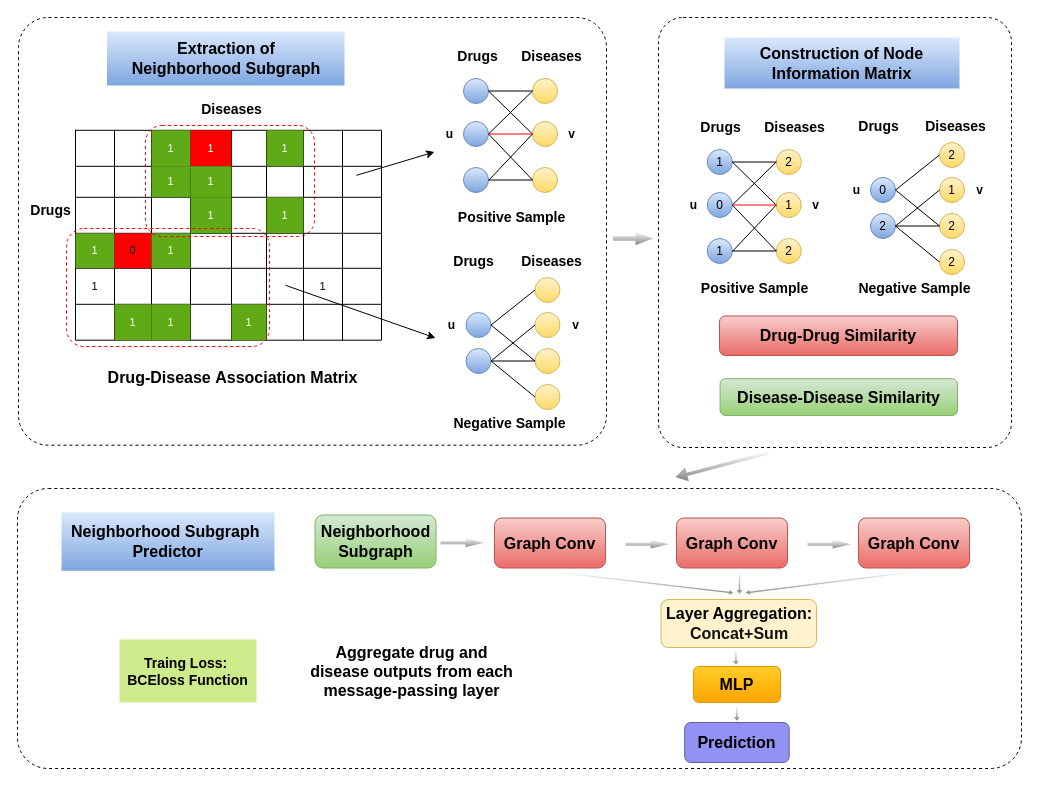
The draw.io diagram page "第 3 页" (3 of 5) of 未命名绘图.drawio in nanfengk/hello-world, before the edit. Source tidied: cells renumbered, new cells numbered last; positions are measured from the earlier drawing's top-left corner, leaving out a move shared by most shapes. Both pictures are drawn from the tidied source at 100%, with x=0, y=0 at pixel (17, 17).
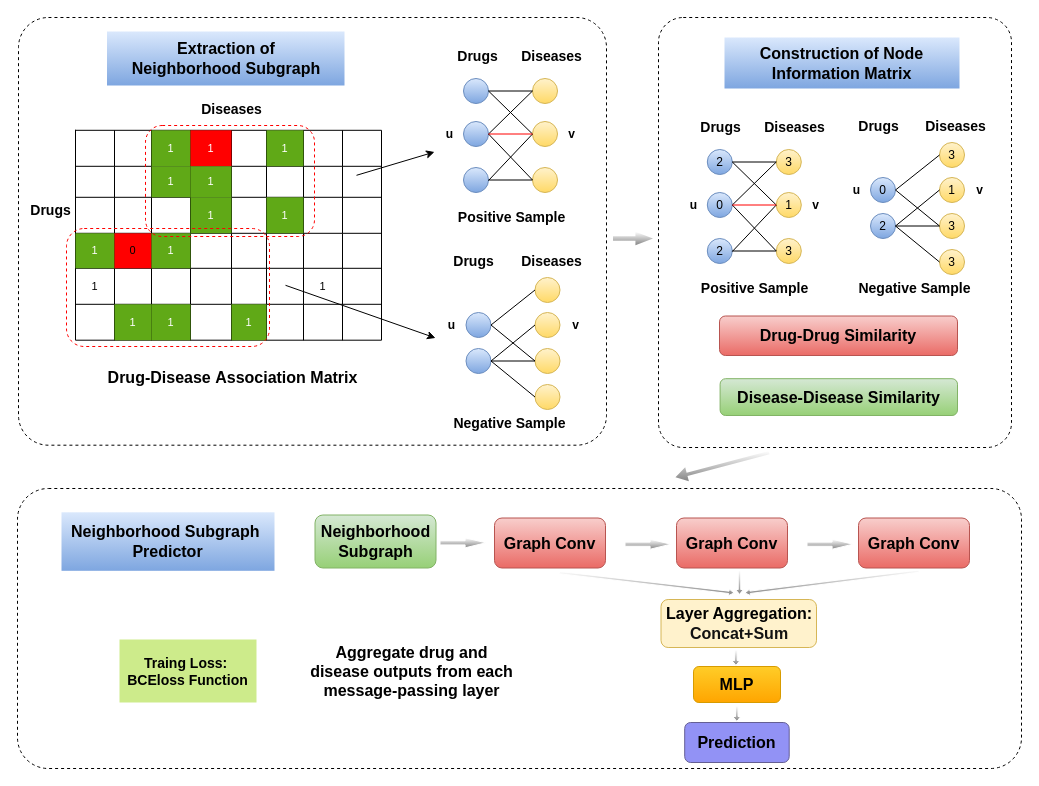
The same diagram, later.

What changed in the source:
```diff
@@
-    <mxCell id="101" value="1" style="ellipse;whiteSpace=wrap;html=1;rounded=0;sketch=0;strokeWidth=1;fillColor=#dae8fc;strokeColor=#6c8ebf;gradientColor=#7ea6e0;" parent="1" vertex="1">
+    <mxCell id="101" value="2" style="ellipse;whiteSpace=wrap;html=1;rounded=0;sketch=0;strokeWidth=1;fillColor=#dae8fc;strokeColor=#6c8ebf;gradientColor=#7ea6e0;" parent="1" vertex="1">
       <mxGeometry x="689.8" y="132" width="25" height="25" as="geometry" />
     </mxCell>
-    <mxCell id="102" value="2" style="ellipse;whiteSpace=wrap;html=1;rounded=0;sketch=0;strokeWidth=1;fillColor=#fff2cc;strokeColor=#d6b656;gradientColor=#ffd966;" parent="1" vertex="1">
+    <mxCell id="102" value="3" style="ellipse;whiteSpace=wrap;html=1;rounded=0;sketch=0;strokeWidth=1;fillColor=#fff2cc;strokeColor=#d6b656;gradientColor=#ffd966;" parent="1" vertex="1">
       <mxGeometry x="758.8" y="132" width="25" height="25" as="geometry" />
     </mxCell>
@@
-    <mxCell id="104" value="1" style="ellipse;whiteSpace=wrap;html=1;rounded=0;sketch=0;strokeWidth=1;fillColor=#dae8fc;strokeColor=#6c8ebf;gradientColor=#7ea6e0;" parent="1" vertex="1">
+    <mxCell id="104" value="2" style="ellipse;whiteSpace=wrap;html=1;rounded=0;sketch=0;strokeWidth=1;fillColor=#dae8fc;strokeColor=#6c8ebf;gradientColor=#7ea6e0;" parent="1" vertex="1">
       <mxGeometry x="689.8" y="221" width="25" height="25" as="geometry" />
     </mxCell>
-    <mxCell id="105" value="2" style="ellipse;whiteSpace=wrap;html=1;rounded=0;sketch=0;strokeWidth=1;fillColor=#fff2cc;strokeColor=#d6b656;gradientColor=#ffd966;" parent="1" vertex="1">
+    <mxCell id="105" value="3" style="ellipse;whiteSpace=wrap;html=1;rounded=0;sketch=0;strokeWidth=1;fillColor=#fff2cc;strokeColor=#d6b656;gradientColor=#ffd966;" parent="1" vertex="1">
       <mxGeometry x="758.8" y="221" width="25" height="25" as="geometry" />
     </mxCell>
@@
-    <mxCell id="120" value="2" style="ellipse;whiteSpace=wrap;html=1;rounded=0;sketch=0;strokeWidth=1;fillColor=#fff2cc;strokeColor=#d6b656;gradientColor=#ffd966;" parent="1" vertex="1">
+    <mxCell id="120" value="3" style="ellipse;whiteSpace=wrap;html=1;rounded=0;sketch=0;strokeWidth=1;fillColor=#fff2cc;strokeColor=#d6b656;gradientColor=#ffd966;" parent="1" vertex="1">
       <mxGeometry x="922" y="125" width="25" height="25" as="geometry" />
     </mxCell>
@@
-    <mxCell id="122" value="2" style="ellipse;whiteSpace=wrap;html=1;rounded=0;sketch=0;strokeWidth=1;fillColor=#fff2cc;strokeColor=#d6b656;gradientColor=#ffd966;" parent="1" vertex="1">
+    <mxCell id="122" value="3" style="ellipse;whiteSpace=wrap;html=1;rounded=0;sketch=0;strokeWidth=1;fillColor=#fff2cc;strokeColor=#d6b656;gradientColor=#ffd966;" parent="1" vertex="1">
       <mxGeometry x="922" y="196" width="25" height="25" as="geometry" />
     </mxCell>
@@
-    <mxCell id="128" value="2" style="ellipse;whiteSpace=wrap;html=1;rounded=0;sketch=0;strokeWidth=1;fillColor=#fff2cc;strokeColor=#d6b656;gradientColor=#ffd966;" parent="1" vertex="1">
+    <mxCell id="128" value="3" style="ellipse;whiteSpace=wrap;html=1;rounded=0;sketch=0;strokeWidth=1;fillColor=#fff2cc;strokeColor=#d6b656;gradientColor=#ffd966;" parent="1" vertex="1">
       <mxGeometry x="922" y="232" width="25" height="25" as="geometry" />
     </mxCell>
```
